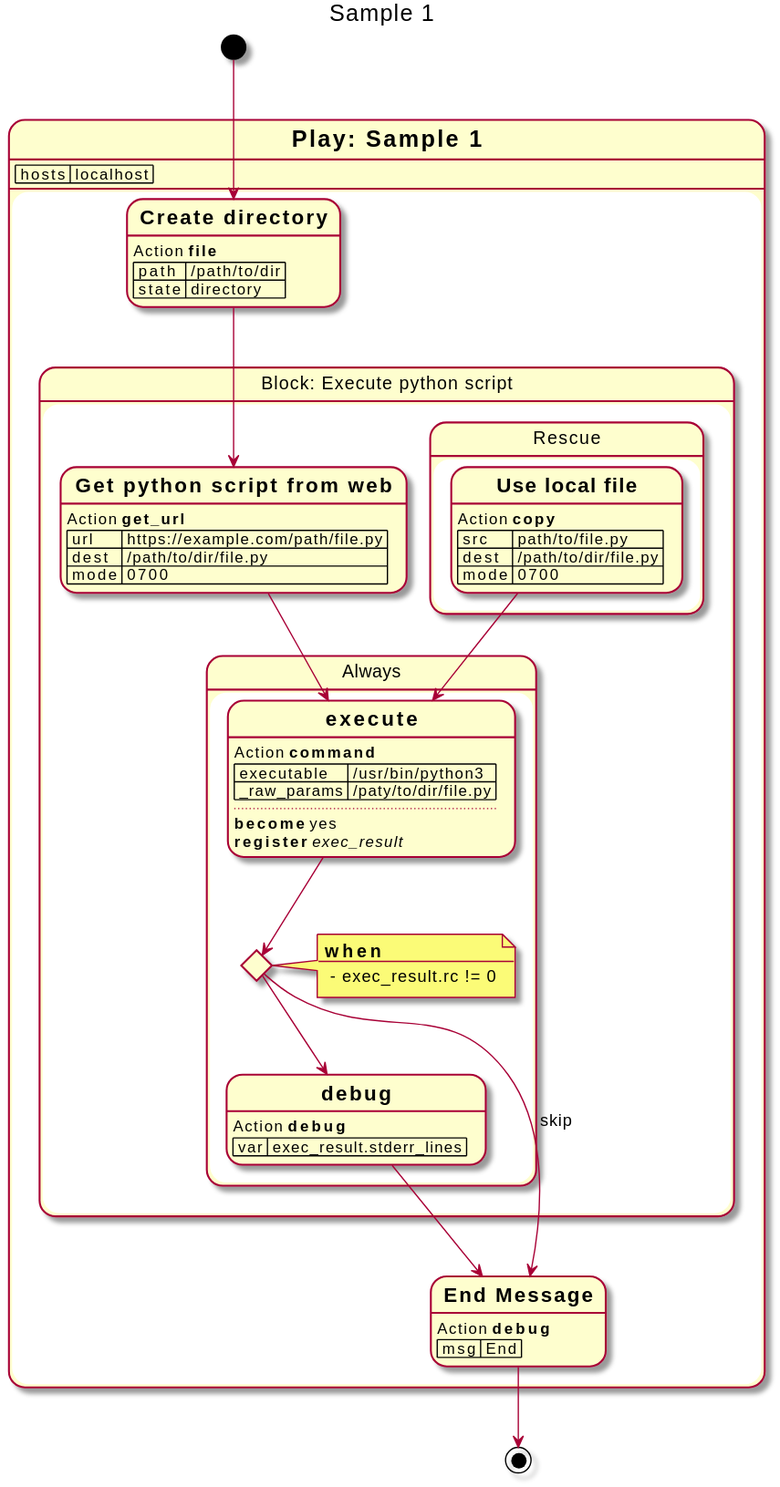
teramako/playbook2uml keeps this PlantUML diagram as docs/img/sample_1.svg. Above is the earlier version.
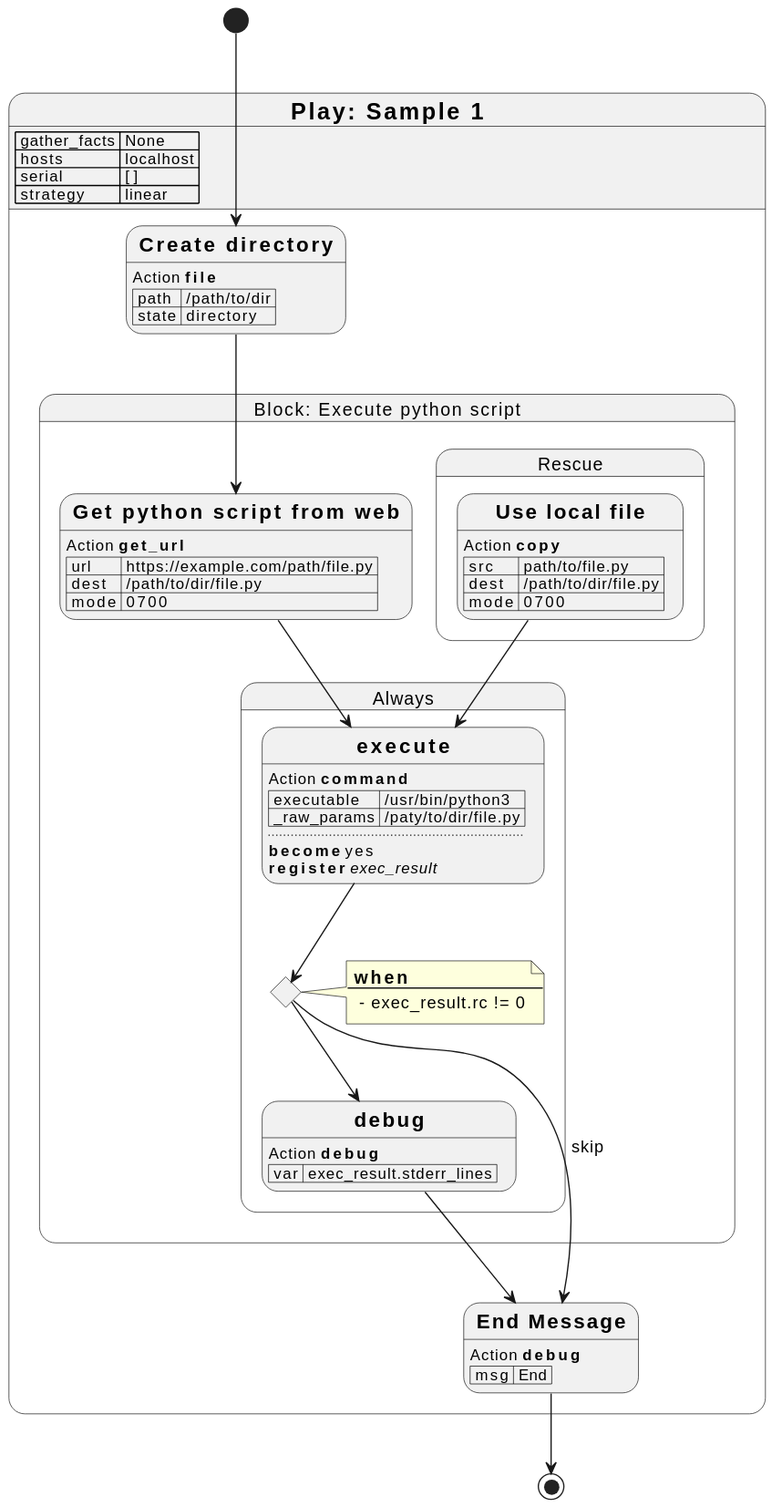
Above is the later version.

The edit, as a diff of the source:
```diff
@@ -1,18 +1,20 @@
 @startuml
-title Sample 1
 state "= Play: Sample 1" as play_1 {
+    play_1 : | gather_facts | None |
     play_1 : | hosts | localhost |
+    play_1 : | serial | [] |
+    play_1 : | strategy | linear |
     state "== Create directory" as task_1
     task_1 : Action **file**
     task_1 : | path | /path/to/dir |
     task_1 : | state | directory |
-    state "Block: Execute python script" as block_2 {
+    state "Block: Execute python script" as block_1 {
         state "== Get python script from web" as task_2
         task_2 : Action **get_url**
         task_2 : | url | https://example.com/path/file.py |
         task_2 : | dest | /path/to/dir/file.py |
         task_2 : | mode | 0700 |
-        state "Always" as block_2_always {
+        state "Always" as block_1_always {
             state "== execute" as task_3
             task_3 : Action **command**
             task_3 : | executable | /usr/bin/python3 |
@@ -30,7 +32,7 @@
             task_4 : Action **debug**
             task_4 : | var | exec_result.stderr_lines |
         }
-        state "Rescue" as block_2_rescue {
+        state "Rescue" as block_1_rescue {
             state "== Use local file" as task_5
             task_5 : Action **copy**
             task_5 : | src | path/to/file.py |
```
